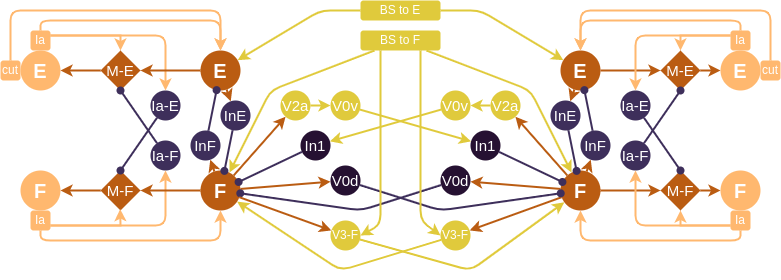
Earlier version of the draw.io export figs/CPG_feedback_loops.png (max-talanov/bypass). Source tidied: cells renumbered, new cells last; positions are measured from the earlier drawing's top-left corner, leaving out a move shared by most shapes.
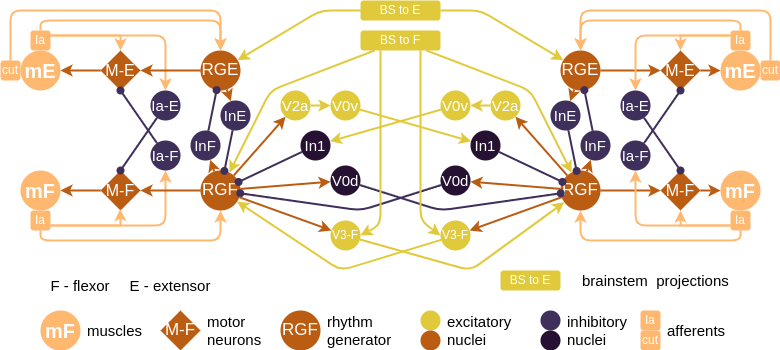
The same diagram one commit later.

Commit message:
added legend to cpg feedback loops dia

What changed in the source:
```diff
@@ -5,10 +5,10 @@
     <mxCell id="2" style="rounded=0;jettySize=auto;html=1;strokeColor=#BA5C12;strokeWidth=2;" parent="1" edge="1" source="3" target="7">
       <mxGeometry relative="1" as="geometry" />
     </mxCell>
-    <mxCell id="3" value="E" style="ellipse;whiteSpace=wrap;html=1;fontSize=20;strokeColor=none;fillColor=#BA5C12;fontColor=#FFFFFF;fontStyle=1;" parent="1" vertex="1">
+    <mxCell id="3" value="&lt;span style=&quot;font-weight: normal; font-size: 17px;&quot;&gt;RGE&lt;/span&gt;" style="ellipse;whiteSpace=wrap;html=1;fontSize=17;strokeColor=none;fillColor=#BA5C12;fontColor=#FFFFFF;fontStyle=1;" parent="1" vertex="1">
       <mxGeometry x="200" y="50" width="40" height="40" as="geometry" />
     </mxCell>
-    <mxCell id="4" value="F" style="ellipse;whiteSpace=wrap;html=1;fontSize=20;strokeColor=none;fillColor=#BA5C12;fontColor=#FFFFFF;fontStyle=1;" parent="1" vertex="1">
+    <mxCell id="4" value="&lt;span style=&quot;font-weight: normal; font-size: 17px;&quot;&gt;RGF&lt;/span&gt;" style="ellipse;whiteSpace=wrap;html=1;fontSize=17;strokeColor=none;fillColor=#BA5C12;fontColor=#FFFFFF;fontStyle=1;" parent="1" vertex="1">
       <mxGeometry x="200" y="170" width="40" height="40" as="geometry" />
     </mxCell>
     <mxCell id="5" style="rounded=0;jettySize=auto;html=1;strokeColor=#3E2F5B;endArrow=oval;endFill=1;strokeWidth=2;" parent="1" edge="1" source="6" target="3">
@@ -35,10 +35,10 @@
     <mxCell id="12" style="rounded=0;jettySize=auto;html=1;strokeColor=#BA5C12;strokeWidth=2;" parent="1" edge="1" source="13" target="17">
       <mxGeometry relative="1" as="geometry" />
     </mxCell>
-    <mxCell id="13" value="E" style="ellipse;whiteSpace=wrap;html=1;fontSize=20;strokeColor=none;fillColor=#BA5C12;fontColor=#FFFFFF;fontStyle=1;" parent="1" vertex="1">
+    <mxCell id="13" value="&lt;span style=&quot;font-weight: normal; font-size: 17px;&quot;&gt;RGE&lt;/span&gt;" style="ellipse;whiteSpace=wrap;html=1;fontSize=17;strokeColor=none;fillColor=#BA5C12;fontColor=#FFFFFF;fontStyle=1;" parent="1" vertex="1">
       <mxGeometry x="560" y="50" width="40" height="40" as="geometry" />
     </mxCell>
-    <mxCell id="14" value="F" style="ellipse;whiteSpace=wrap;html=1;fontSize=20;strokeColor=none;fillColor=#BA5C12;fontColor=#FFFFFF;fontStyle=1;" parent="1" vertex="1">
+    <mxCell id="14" value="&lt;span style=&quot;font-weight: normal; font-size: 17px;&quot;&gt;RGF&lt;/span&gt;" style="ellipse;whiteSpace=wrap;html=1;fontSize=17;strokeColor=none;fillColor=#BA5C12;fontColor=#FFFFFF;fontStyle=1;" parent="1" vertex="1">
       <mxGeometry x="560" y="170" width="40" height="40" as="geometry" />
     </mxCell>
     <mxCell id="15" style="rounded=0;jettySize=auto;html=1;strokeColor=#3E2F5B;endArrow=oval;endFill=1;strokeWidth=2;" parent="1" edge="1" source="16" target="13">
@@ -144,10 +144,10 @@
         </Array>
       </mxGeometry>
     </mxCell>
-    <mxCell id="44" value="F" style="ellipse;whiteSpace=wrap;html=1;fontSize=20;strokeColor=none;fillColor=#FFB86F;fontColor=#FFFFFF;fontStyle=1;" parent="1" vertex="1">
+    <mxCell id="44" value="mF" style="ellipse;whiteSpace=wrap;html=1;fontSize=20;strokeColor=none;fillColor=#FFB86F;fontColor=#FFFFFF;fontStyle=1;" parent="1" vertex="1">
       <mxGeometry x="720" y="170" width="40" height="40" as="geometry" />
     </mxCell>
-    <mxCell id="45" value="M-F" style="rhombus;whiteSpace=wrap;html=1;strokeColor=none;fillColor=#BA5C12;fontColor=#FFFFFF;fontSize=15;" parent="1" vertex="1">
+    <mxCell id="45" value="M-F" style="rhombus;whiteSpace=wrap;html=1;strokeColor=none;fillColor=#BA5C12;fontColor=#FFFFFF;fontSize=16;" parent="1" vertex="1">
       <mxGeometry x="660" y="170" width="40" height="40" as="geometry" />
     </mxCell>
     <mxCell id="46" style="rounded=0;jettySize=auto;html=1;strokeColor=#BA5C12;strokeWidth=2;" parent="1" edge="1" source="14" target="45">
@@ -159,10 +159,10 @@
     <mxCell id="48" value="Ia-F" style="ellipse;whiteSpace=wrap;html=1;fontSize=15;strokeColor=none;fillColor=#3E2F5B;fontColor=#FFFFFF;fontStyle=0;" parent="1" vertex="1">
       <mxGeometry x="620" y="140" width="30" height="30" as="geometry" />
     </mxCell>
-    <mxCell id="49" value="E" style="ellipse;whiteSpace=wrap;html=1;fontSize=20;strokeColor=none;fillColor=#FFB86F;fontColor=#FFFFFF;fontStyle=1;" parent="1" vertex="1">
+    <mxCell id="49" value="mE" style="ellipse;whiteSpace=wrap;html=1;fontSize=20;strokeColor=none;fillColor=#FFB86F;fontColor=#FFFFFF;fontStyle=1;" parent="1" vertex="1">
       <mxGeometry x="720" y="50" width="40" height="40" as="geometry" />
     </mxCell>
-    <mxCell id="50" value="M-E" style="rhombus;whiteSpace=wrap;html=1;strokeColor=none;fillColor=#BA5C12;fontColor=#FFFFFF;fontSize=15;" parent="1" vertex="1">
+    <mxCell id="50" value="M-E" style="rhombus;whiteSpace=wrap;html=1;strokeColor=none;fillColor=#BA5C12;fontColor=#FFFFFF;fontSize=16;" parent="1" vertex="1">
       <mxGeometry x="660" y="50" width="40" height="40" as="geometry" />
     </mxCell>
     <mxCell id="51" style="rounded=0;jettySize=auto;html=1;strokeColor=#BA5C12;strokeWidth=2;" parent="1" edge="1" source="50" target="49">
@@ -261,10 +261,10 @@
         </Array>
       </mxGeometry>
     </mxCell>
-    <mxCell id="70" value="F" style="ellipse;whiteSpace=wrap;html=1;fontSize=20;strokeColor=none;fillColor=#FFB86F;fontColor=#FFFFFF;fontStyle=1;" parent="1" vertex="1">
+    <mxCell id="70" value="mF" style="ellipse;whiteSpace=wrap;html=1;fontSize=20;strokeColor=none;fillColor=#FFB86F;fontColor=#FFFFFF;fontStyle=1;" parent="1" vertex="1">
       <mxGeometry x="20" y="170" width="40" height="40" as="geometry" />
     </mxCell>
-    <mxCell id="71" value="M-F" style="rhombus;whiteSpace=wrap;html=1;strokeColor=none;fillColor=#BA5C12;fontColor=#FFFFFF;fontSize=15;" parent="1" vertex="1">
+    <mxCell id="71" value="M-F" style="rhombus;whiteSpace=wrap;html=1;strokeColor=none;fillColor=#BA5C12;fontColor=#FFFFFF;fontSize=16;" parent="1" vertex="1">
       <mxGeometry x="100" y="170" width="40" height="40" as="geometry" />
     </mxCell>
     <mxCell id="72" style="rounded=0;jettySize=auto;html=1;strokeColor=#BA5C12;strokeWidth=2;" parent="1" edge="1" source="71" target="70">
@@ -273,10 +273,10 @@
     <mxCell id="73" value="Ia-F" style="ellipse;whiteSpace=wrap;html=1;fontSize=15;strokeColor=none;fillColor=#3E2F5B;fontColor=#FFFFFF;fontStyle=0;" parent="1" vertex="1">
       <mxGeometry x="150" y="140" width="30" height="30" as="geometry" />
     </mxCell>
-    <mxCell id="74" value="E" style="ellipse;whiteSpace=wrap;html=1;fontSize=20;strokeColor=none;fillColor=#FFB86F;fontColor=#FFFFFF;fontStyle=1;" parent="1" vertex="1">
+    <mxCell id="74" value="mE" style="ellipse;whiteSpace=wrap;html=1;fontSize=20;strokeColor=none;fillColor=#FFB86F;fontColor=#FFFFFF;fontStyle=1;" parent="1" vertex="1">
       <mxGeometry x="20" y="50" width="40" height="40" as="geometry" />
     </mxCell>
-    <mxCell id="75" value="M-E" style="rhombus;whiteSpace=wrap;html=1;strokeColor=none;fillColor=#BA5C12;fontColor=#FFFFFF;fontSize=15;" parent="1" vertex="1">
+    <mxCell id="75" value="M-E" style="rhombus;whiteSpace=wrap;html=1;strokeColor=none;fillColor=#BA5C12;fontColor=#FFFFFF;fontSize=16;" parent="1" vertex="1">
       <mxGeometry x="100" y="50" width="40" height="40" as="geometry" />
     </mxCell>
     <mxCell id="76" style="rounded=0;jettySize=auto;html=1;strokeColor=#BA5C12;strokeWidth=2;" parent="1" edge="1" source="75" target="74">
@@ -386,5 +386,62 @@
         </Array>
       </mxGeometry>
     </mxCell>
+    <mxCell id="96" value="mF" style="ellipse;whiteSpace=wrap;html=1;fontSize=20;strokeColor=none;fillColor=#FFB86F;fontColor=#FFFFFF;fontStyle=1;" parent="1" vertex="1">
+      <mxGeometry x="40" y="310" width="40" height="40" as="geometry" />
+    </mxCell>
+    <mxCell id="97" value="muscles" style="text;html=1;strokeColor=none;fillColor=none;align=left;verticalAlign=middle;whiteSpace=wrap;rounded=0;fontSize=15;" parent="1" vertex="1">
+      <mxGeometry x="85" y="315" width="60" height="30" as="geometry" />
+    </mxCell>
+    <mxCell id="98" value="F - flexor" style="text;html=1;strokeColor=none;fillColor=none;align=center;verticalAlign=middle;whiteSpace=wrap;rounded=0;fontSize=15;" parent="1" vertex="1">
+      <mxGeometry x="40" y="270" width="80" height="30" as="geometry" />
+    </mxCell>
+    <mxCell id="99" value="E - extensor" style="text;html=1;strokeColor=none;fillColor=none;align=center;verticalAlign=middle;whiteSpace=wrap;rounded=0;fontSize=15;" parent="1" vertex="1">
+      <mxGeometry x="120" y="270" width="100" height="30" as="geometry" />
+    </mxCell>
+    <mxCell id="100" value="M-F" style="rhombus;whiteSpace=wrap;html=1;strokeColor=none;fillColor=#BA5C12;fontColor=#FFFFFF;fontSize=17;" parent="1" vertex="1">
+      <mxGeometry x="160" y="310" width="40" height="40" as="geometry" />
+    </mxCell>
+    <mxCell id="101" value="motor neurons" style="text;html=1;strokeColor=none;fillColor=none;align=left;verticalAlign=middle;whiteSpace=wrap;rounded=0;fontSize=15;" parent="1" vertex="1">
+      <mxGeometry x="205" y="315" width="60" height="30" as="geometry" />
+    </mxCell>
+    <mxCell id="102" value="&lt;span style=&quot;font-weight: normal; font-size: 17px;&quot;&gt;RGF&lt;/span&gt;" style="ellipse;whiteSpace=wrap;html=1;fontSize=17;strokeColor=none;fillColor=#BA5C12;fontColor=#FFFFFF;fontStyle=1;" parent="1" vertex="1">
+      <mxGeometry x="280" y="310" width="40" height="40" as="geometry" />
+    </mxCell>
+    <mxCell id="103" value="rhythm generator" style="text;html=1;strokeColor=none;fillColor=none;align=left;verticalAlign=middle;whiteSpace=wrap;rounded=0;fontSize=15;" parent="1" vertex="1">
+      <mxGeometry x="325" y="315" width="60" height="30" as="geometry" />
+    </mxCell>
+    <mxCell id="104" style="ellipse;whiteSpace=wrap;html=1;fontSize=15;strokeColor=none;fillColor=#E0CA3C;fontColor=#FFFFFF;fontStyle=1;" parent="1" vertex="1">
+      <mxGeometry x="420" y="310" width="20" height="20" as="geometry" />
+    </mxCell>
+    <mxCell id="105" style="ellipse;whiteSpace=wrap;html=1;fontSize=17;strokeColor=none;fillColor=#BA5C12;fontColor=#FFFFFF;fontStyle=1;" parent="1" vertex="1">
+      <mxGeometry x="420" y="330" width="20" height="20" as="geometry" />
+    </mxCell>
+    <mxCell id="106" value="excitatory&lt;br&gt;nuclei" style="text;html=1;strokeColor=none;fillColor=none;align=left;verticalAlign=middle;whiteSpace=wrap;rounded=0;fontSize=15;" parent="1" vertex="1">
+      <mxGeometry x="445" y="315" width="70" height="30" as="geometry" />
+    </mxCell>
+    <mxCell id="107" style="ellipse;whiteSpace=wrap;html=1;fontSize=15;strokeColor=none;fillColor=#3E2F5B;fontColor=#FFFFFF;fontStyle=0;" parent="1" vertex="1">
+      <mxGeometry x="540" y="310" width="20" height="20" as="geometry" />
+    </mxCell>
+    <mxCell id="108" style="ellipse;whiteSpace=wrap;html=1;fontSize=15;strokeColor=none;fillColor=#261132;fontColor=#FFFFFF;fontStyle=0;" parent="1" vertex="1">
+      <mxGeometry x="540" y="330" width="20" height="20" as="geometry" />
+    </mxCell>
+    <mxCell id="109" value="inhibitory&lt;br&gt;nuclei" style="text;html=1;strokeColor=none;fillColor=none;align=left;verticalAlign=middle;whiteSpace=wrap;rounded=0;fontSize=15;" parent="1" vertex="1">
+      <mxGeometry x="565" y="315" width="65" height="30" as="geometry" />
+    </mxCell>
+    <mxCell id="110" value="Ia" style="rounded=1;whiteSpace=wrap;html=1;fillColor=#FFB86F;strokeColor=none;fontColor=#FFFFFF;" parent="1" vertex="1">
+      <mxGeometry x="640" y="310" width="20" height="20" as="geometry" />
+    </mxCell>
+    <mxCell id="111" value="cut" style="rounded=1;whiteSpace=wrap;html=1;fillColor=#FFB86F;strokeColor=none;fontColor=#FFFFFF;" parent="1" vertex="1">
+      <mxGeometry x="640" y="330" width="20" height="20" as="geometry" />
+    </mxCell>
+    <mxCell id="112" value="afferents" style="text;html=1;strokeColor=none;fillColor=none;align=left;verticalAlign=middle;whiteSpace=wrap;rounded=0;fontSize=15;" parent="1" vertex="1">
+      <mxGeometry x="665" y="315" width="65" height="30" as="geometry" />
+    </mxCell>
+    <mxCell id="113" value="BS to E" style="rounded=1;whiteSpace=wrap;html=1;fillColor=#E0CA3C;strokeColor=none;fontColor=#FFFFFF;" parent="1" vertex="1">
+      <mxGeometry x="500" y="270" width="60" height="20" as="geometry" />
+    </mxCell>
+    <mxCell id="114" value="brainstem&amp;nbsp; projections" style="text;html=1;strokeColor=none;fillColor=none;align=left;verticalAlign=middle;whiteSpace=wrap;rounded=0;fontSize=15;" parent="1" vertex="1">
+      <mxGeometry x="580" y="270" width="160" height="20" as="geometry" />
+    </mxCell>
   </root>
 </mxGraphModel>
```
